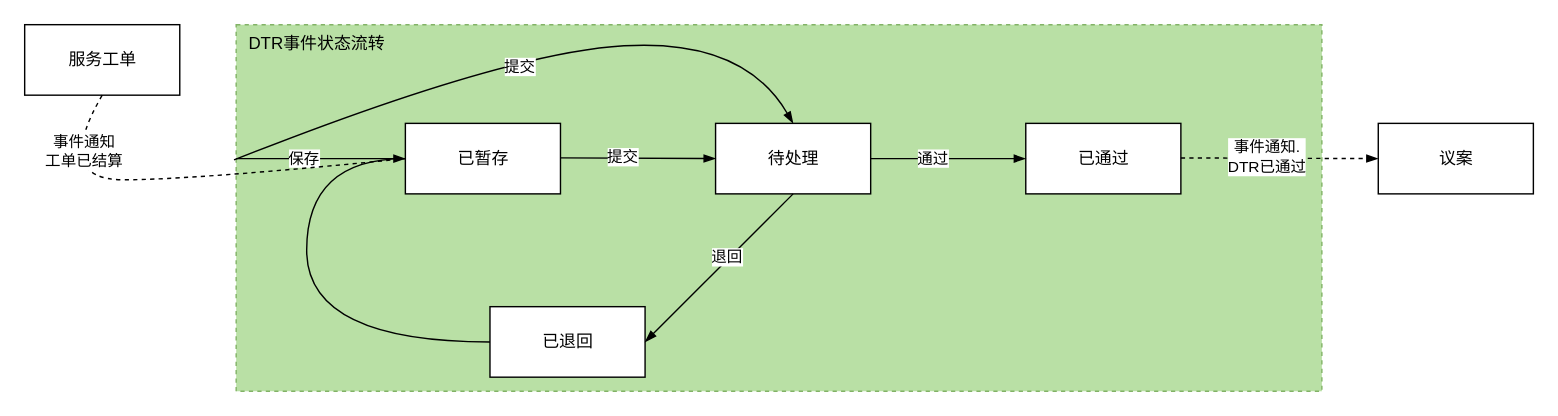
The draw.io diagram page "DTR事件设计" (7 of 7) of images/DTR时序图.drawio in 1132489442/designer, before the edit. Source tidied: cells renumbered, new cells numbered last; positions are measured from the earlier drawing's top-left corner, leaving out a move shared by most shapes. Both pictures are drawn from the tidied source at 141%, with x=0, y=0 at pixel (24, 24).
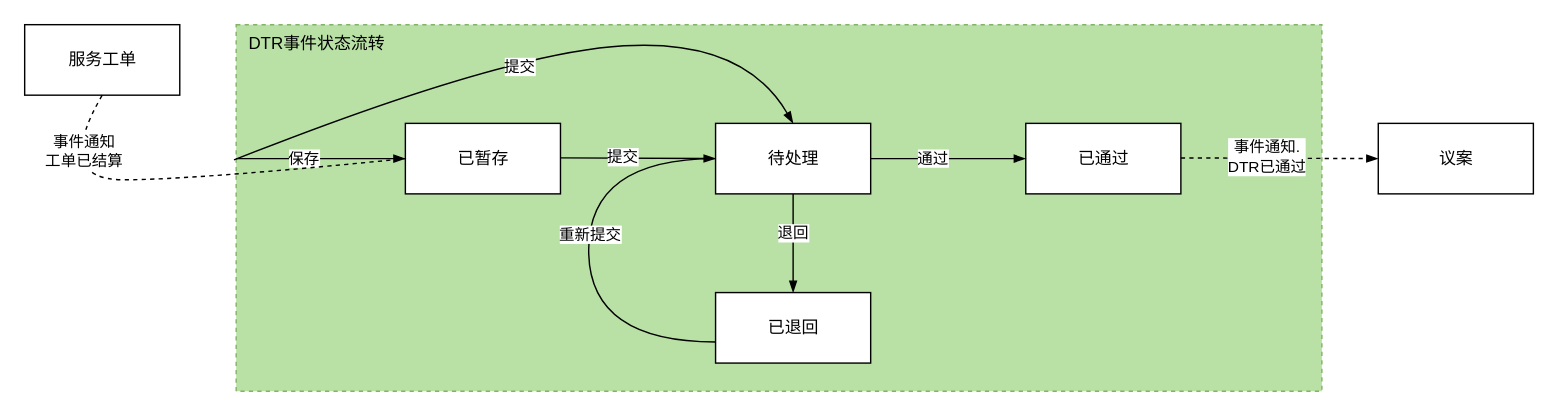
The same diagram, later.

Unchanged cells that the change refers to:
```xml
<mxCell id="4" value="待处理" style="html=1;" parent="1" vertex="1">
  <mxGeometry x="490" y="70" width="110" height="50" as="geometry" />
</mxCell>
```

What changed in the source:
```diff
@@
     <mxCell id="9" value="已退回" style="html=1;" parent="1" vertex="1">
-      <mxGeometry x="330" y="200" width="110" height="50" as="geometry" />
+      <mxGeometry x="490" y="190" width="110" height="50" as="geometry" />
     </mxCell>
@@
-    <mxCell id="15" style="endArrow=blockThin;html=1;rounded=0;exitX=0.5;exitY=1;exitDx=0;exitDy=0;entryX=1;entryY=0.5;entryDx=0;entryDy=0;endFill=1;" parent="1" edge="1" source="4" target="9">
+    <mxCell id="15" style="endArrow=blockThin;html=1;rounded=0;exitX=0.5;exitY=1;exitDx=0;exitDy=0;endFill=1;" parent="1" edge="1" source="4" target="9">
       <mxGeometry relative="1" as="geometry" />
     </mxCell>
@@
-    <mxCell id="17" style="endArrow=none;html=1;rounded=0;endFill=0;edgeStyle=orthogonalEdgeStyle;curved=1;" parent="1" edge="1" source="9">
+    <mxCell id="17" style="endArrow=none;html=1;rounded=0;endFill=0;edgeStyle=orthogonalEdgeStyle;curved=1;entryX=0;entryY=0.5;entryDx=0;entryDy=0;" parent="1" edge="1" source="9" target="4">
       <mxGeometry relative="1" as="geometry">
-        <mxPoint x="270" y="95" as="targetPoint" />
         <Array as="points">
-          <mxPoint x="200" y="225" />
-          <mxPoint x="200" y="95" />
+          <mxPoint x="400" y="225" />
+          <mxPoint x="400" y="95" />
         </Array>
       </mxGeometry>
     </mxCell>
+    <mxCell id="25" value="重新提交" style="edgeLabel;html=1;align=center;verticalAlign=middle;" parent="17" vertex="1">
+      <mxGeometry x="0.08" relative="1" as="geometry" />
+    </mxCell>
```
